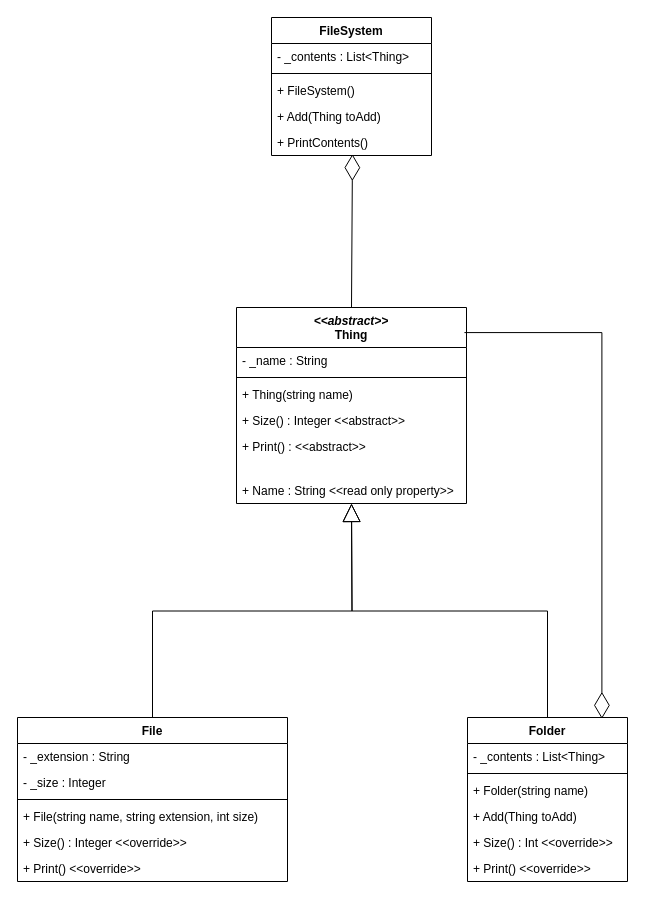
The draw.io diagram SemesterTest1/Task1/Task1.drawio in Showwaiyan/COS20007, before the edit. Source tidied: cells renumbered, new cells numbered last; positions are measured from the earlier drawing's top-left corner, leaving out a move shared by most shapes. Both pictures are drawn from the tidied source at 100%, with x=0, y=0 at pixel (17, 17).
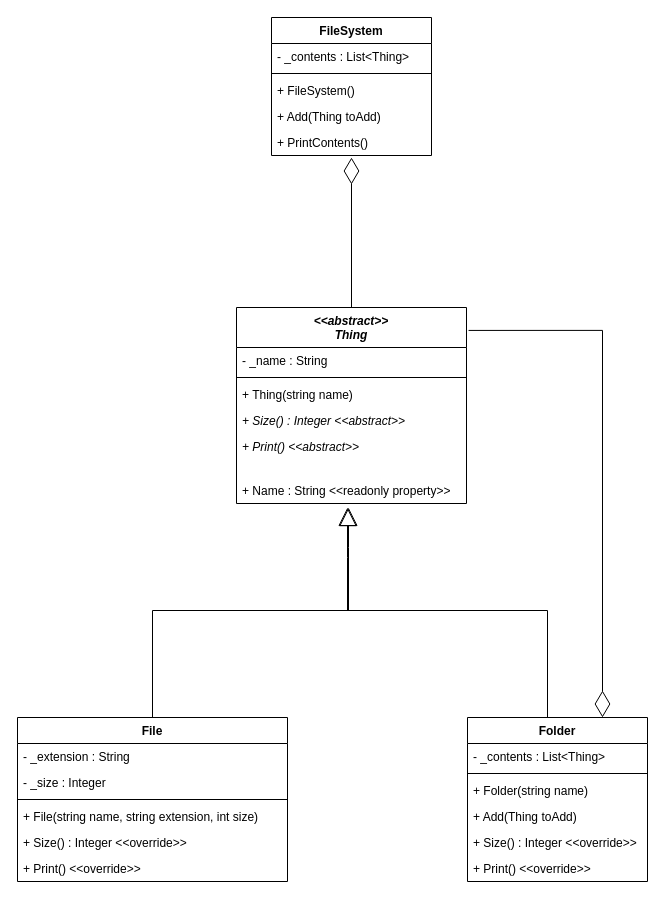
After the change.

Commit message (it also covers changes not shown here):
Finish Task 1 Documentation

Unchanged cells that the change refers to:
```xml
<mxCell id="7" value="+&amp;nbsp;PrintContents()" style="text;strokeColor=none;fillColor=none;align=left;verticalAlign=top;spacingLeft=4;spacingRight=4;overflow=hidden;points=[[0,0.5],[1,0.5]];portConstraint=eastwest;whiteSpace=wrap;html=1;" parent="2" vertex="1">
  <mxGeometry y="112" width="160" height="26" as="geometry" />
</mxCell>
<mxCell id="15" value="File" style="swimlane;fontStyle=1;align=center;verticalAlign=top;horizontal=1;startSize=26;whiteSpace=wrap;html=1;" parent="1" vertex="1">
  <mxGeometry y="700" width="270" height="164" as="geometry" />
</mxCell>
```

Diff of the diagram source:
```diff
@@
-    <mxCell id="8" value="&lt;i&gt;&amp;lt;&amp;lt;abstract&amp;gt;&amp;gt;&lt;/i&gt;&lt;div&gt;Thing&lt;/div&gt;" style="swimlane;fontStyle=1;align=center;verticalAlign=top;horizontal=1;startSize=40;whiteSpace=wrap;html=1;" parent="1" vertex="1">
+    <mxCell id="8" value="&lt;i&gt;&amp;lt;&amp;lt;abstract&amp;gt;&amp;gt;&lt;/i&gt;&lt;div&gt;&lt;i&gt;Thing&lt;/i&gt;&lt;/div&gt;" style="swimlane;fontStyle=1;align=center;verticalAlign=top;horizontal=1;startSize=40;whiteSpace=wrap;html=1;" parent="1" vertex="1">
       <mxGeometry x="219" y="290" width="230" height="196" as="geometry" />
     </mxCell>
@@
-    <mxCell id="12" value="+ Size() : Integer &amp;lt;&amp;lt;abstract&amp;gt;&amp;gt;" style="text;strokeColor=none;fillColor=none;align=left;verticalAlign=top;spacingLeft=4;spacingRight=4;overflow=hidden;whiteSpace=wrap;html=1;" parent="8" vertex="1">
+    <mxCell id="12" value="&lt;i&gt;+ Size() : Integer &amp;lt;&amp;lt;abstract&amp;gt;&amp;gt;&lt;/i&gt;" style="text;strokeColor=none;fillColor=none;align=left;verticalAlign=top;spacingLeft=4;spacingRight=4;overflow=hidden;whiteSpace=wrap;html=1;" parent="8" vertex="1">
       <mxGeometry y="100" width="230" height="26" as="geometry" />
     </mxCell>
-    <mxCell id="13" value="+ Print() : &amp;lt;&amp;lt;abstract&amp;gt;&amp;gt;" style="text;strokeColor=none;fillColor=none;align=left;verticalAlign=top;spacingLeft=4;spacingRight=4;overflow=hidden;whiteSpace=wrap;html=1;" parent="8" vertex="1">
+    <mxCell id="13" value="&lt;i&gt;+ Print() &amp;lt;&amp;lt;abstract&amp;gt;&amp;gt;&lt;/i&gt;" style="text;strokeColor=none;fillColor=none;align=left;verticalAlign=top;spacingLeft=4;spacingRight=4;overflow=hidden;whiteSpace=wrap;html=1;" parent="8" vertex="1">
       <mxGeometry y="126" width="230" height="44" as="geometry" />
     </mxCell>
-    <mxCell id="14" value="+ Name : String &amp;lt;&amp;lt;read only property&amp;gt;&amp;gt;" style="text;strokeColor=none;fillColor=none;align=left;verticalAlign=top;spacingLeft=4;spacingRight=4;overflow=hidden;whiteSpace=wrap;html=1;" parent="8" vertex="1">
+    <mxCell id="14" value="+ Name : String &amp;lt;&amp;lt;readonly property&amp;gt;&amp;gt;" style="text;strokeColor=none;fillColor=none;align=left;verticalAlign=top;spacingLeft=4;spacingRight=4;overflow=hidden;whiteSpace=wrap;html=1;" parent="8" vertex="1">
       <mxGeometry y="170" width="230" height="26" as="geometry" />
     </mxCell>
@@
     <mxCell id="22" value="Folder" style="swimlane;fontStyle=1;align=center;verticalAlign=top;horizontal=1;startSize=26;whiteSpace=wrap;html=1;" parent="1" vertex="1">
-      <mxGeometry x="450" y="700" width="160" height="164" as="geometry" />
+      <mxGeometry x="450" y="700" width="180" height="164" as="geometry" />
     </mxCell>
     <mxCell id="23" value="- _contents : List&amp;lt;Thing&amp;gt;" style="text;strokeColor=none;fillColor=none;align=left;verticalAlign=top;spacingLeft=4;spacingRight=4;overflow=hidden;whiteSpace=wrap;html=1;" parent="22" vertex="1">
-      <mxGeometry y="26" width="160" height="26" as="geometry" />
+      <mxGeometry y="26" width="180" height="26" as="geometry" />
     </mxCell>
     <mxCell id="24" style="line;strokeWidth=1;fillColor=none;align=left;verticalAlign=middle;spacingTop=-1;spacingLeft=3;spacingRight=3;labelPosition=right;strokeColor=inherit;" parent="22" vertex="1">
-      <mxGeometry y="52" width="160" height="8" as="geometry" />
+      <mxGeometry y="52" width="180" height="8" as="geometry" />
     </mxCell>
     <mxCell id="25" value="+ Folder(string name)" style="text;strokeColor=none;fillColor=none;align=left;verticalAlign=top;spacingLeft=4;spacingRight=4;overflow=hidden;whiteSpace=wrap;html=1;" parent="22" vertex="1">
-      <mxGeometry y="60" width="160" height="26" as="geometry" />
+      <mxGeometry y="60" width="180" height="26" as="geometry" />
     </mxCell>
     <mxCell id="26" value="+ Add(Thing toAdd)" style="text;strokeColor=none;fillColor=none;align=left;verticalAlign=top;spacingLeft=4;spacingRight=4;overflow=hidden;whiteSpace=wrap;html=1;" parent="22" vertex="1">
-      <mxGeometry y="86" width="160" height="26" as="geometry" />
+      <mxGeometry y="86" width="180" height="26" as="geometry" />
     </mxCell>
-    <mxCell id="27" value="+ Size() : Int &amp;lt;&amp;lt;override&amp;gt;&amp;gt;" style="text;strokeColor=none;fillColor=none;align=left;verticalAlign=top;spacingLeft=4;spacingRight=4;overflow=hidden;whiteSpace=wrap;html=1;" parent="22" vertex="1">
-      <mxGeometry y="112" width="160" height="26" as="geometry" />
+    <mxCell id="27" value="+ Size() : Integer &amp;lt;&amp;lt;override&amp;gt;&amp;gt;" style="text;strokeColor=none;fillColor=none;align=left;verticalAlign=top;spacingLeft=4;spacingRight=4;overflow=hidden;whiteSpace=wrap;html=1;" parent="22" vertex="1">
+      <mxGeometry y="112" width="180" height="26" as="geometry" />
     </mxCell>
     <mxCell id="28" value="+ Print() &amp;lt;&amp;lt;override&amp;gt;&amp;gt;" style="text;strokeColor=none;fillColor=none;align=left;verticalAlign=top;spacingLeft=4;spacingRight=4;overflow=hidden;whiteSpace=wrap;html=1;" parent="22" vertex="1">
-      <mxGeometry y="138" width="160" height="26" as="geometry" />
+      <mxGeometry y="138" width="180" height="26" as="geometry" />
     </mxCell>
-    <mxCell id="29" style="endArrow=block;endSize=16;endFill=0;html=1;rounded=0;edgeStyle=orthogonalEdgeStyle;exitX=0.5;exitY=0;exitDx=0;exitDy=0;" parent="1" edge="1" source="22">
-      <mxGeometry relative="1" as="geometry">
-        <mxPoint x="334" y="486" as="targetPoint" />
-      </mxGeometry>
-    </mxCell>
-    <mxCell id="30" style="endArrow=block;endSize=16;endFill=0;html=1;rounded=0;edgeStyle=orthogonalEdgeStyle;exitX=0.5;exitY=0;exitDx=0;exitDy=0;" parent="1" edge="1" source="15">
-      <mxGeometry relative="1" as="geometry">
-        <mxPoint x="334" y="486" as="targetPoint" />
-      </mxGeometry>
-    </mxCell>
+    <mxCell id="33" style="endArrow=block;endSize=16;endFill=0;html=1;rounded=0;exitX=0.5;exitY=0;exitDx=0;exitDy=0;edgeStyle=orthogonalEdgeStyle;" parent="1" edge="1" source="15">
+      <mxGeometry relative="1" as="geometry">
+        <mxPoint x="331" y="490" as="targetPoint" />
+        <Array as="points">
+          <mxPoint x="135" y="593" />
+          <mxPoint x="331" y="593" />
+          <mxPoint x="331" y="530" />
+        </Array>
+      </mxGeometry>
+    </mxCell>
+    <mxCell id="34" style="endArrow=block;endSize=16;endFill=0;html=1;rounded=0;exitX=0.5;exitY=0;exitDx=0;exitDy=0;edgeStyle=orthogonalEdgeStyle;" parent="1" edge="1">
+      <mxGeometry relative="1" as="geometry">
+        <mxPoint x="530" y="700" as="sourcePoint" />
+        <mxPoint x="330" y="490" as="targetPoint" />
+        <Array as="points">
+          <mxPoint x="530" y="593" />
+          <mxPoint x="330" y="593" />
+          <mxPoint x="330" y="540" />
+        </Array>
+      </mxGeometry>
+    </mxCell>
-    <mxCell id="31" style="endArrow=diamondThin;endFill=0;endSize=24;html=1;rounded=0;exitX=0.5;exitY=0;exitDx=0;exitDy=0;entryX=0.506;entryY=0.948;entryDx=0;entryDy=0;entryPerimeter=0;" parent="1" edge="1" source="8" target="7">
+    <mxCell id="31" style="endArrow=diamondThin;endFill=0;endSize=24;html=1;rounded=0;exitX=0.5;exitY=0;exitDx=0;exitDy=0;entryX=0.5;entryY=1.077;entryDx=0;entryDy=0;entryPerimeter=0;" parent="1" edge="1" source="8" target="7">
       <mxGeometry relative="1" as="geometry" />
     </mxCell>
-    <mxCell id="32" style="endArrow=diamondThin;endFill=0;endSize=24;html=1;rounded=0;entryX=0.84;entryY=0.008;entryDx=0;entryDy=0;entryPerimeter=0;edgeStyle=orthogonalEdgeStyle;exitX=0.991;exitY=0.128;exitDx=0;exitDy=0;exitPerimeter=0;" parent="1" edge="1" source="8" target="22">
+    <mxCell id="32" style="endArrow=diamondThin;endFill=0;endSize=24;html=1;rounded=0;edgeStyle=orthogonalEdgeStyle;entryX=0.75;entryY=0;entryDx=0;entryDy=0;exitX=1.009;exitY=0.117;exitDx=0;exitDy=0;exitPerimeter=0;" parent="1" edge="1" source="8" target="22">
       <mxGeometry relative="1" as="geometry" />
     </mxCell>
```
